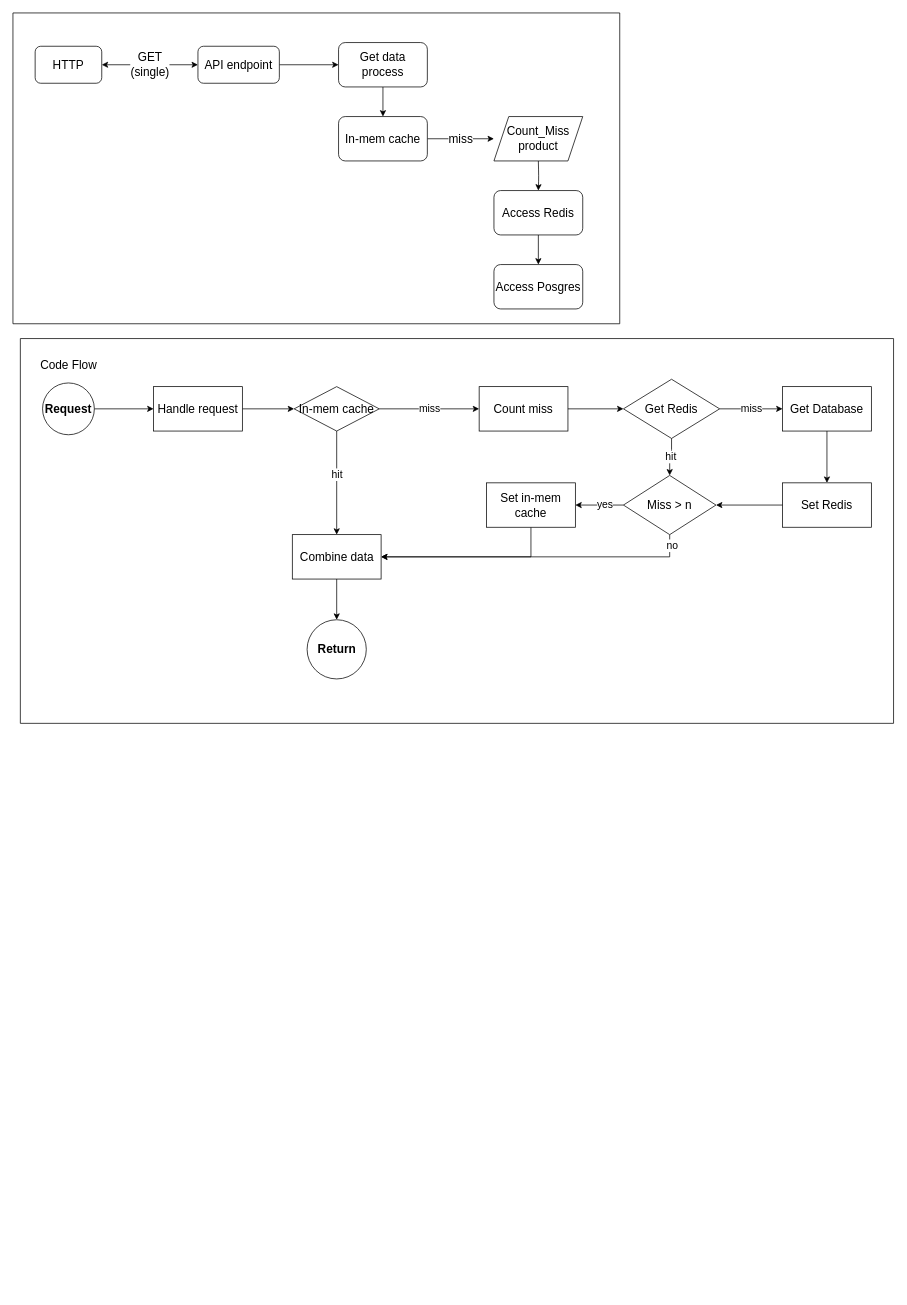
Before: page "get single product" (2 of 11) of architecture-ecommerce.drawio in shifuvn/diagram, a draw.io diagram. Source tidied: cells renumbered, new cells numbered last; positions are measured from the earlier drawing's top-left corner, leaving out a move shared by most shapes. Both pictures are drawn from the tidied source at 74%, with x=0, y=0 at pixel (13, 13). Pictures stored in the file or linked from it are replaced by grey dashed boxes.
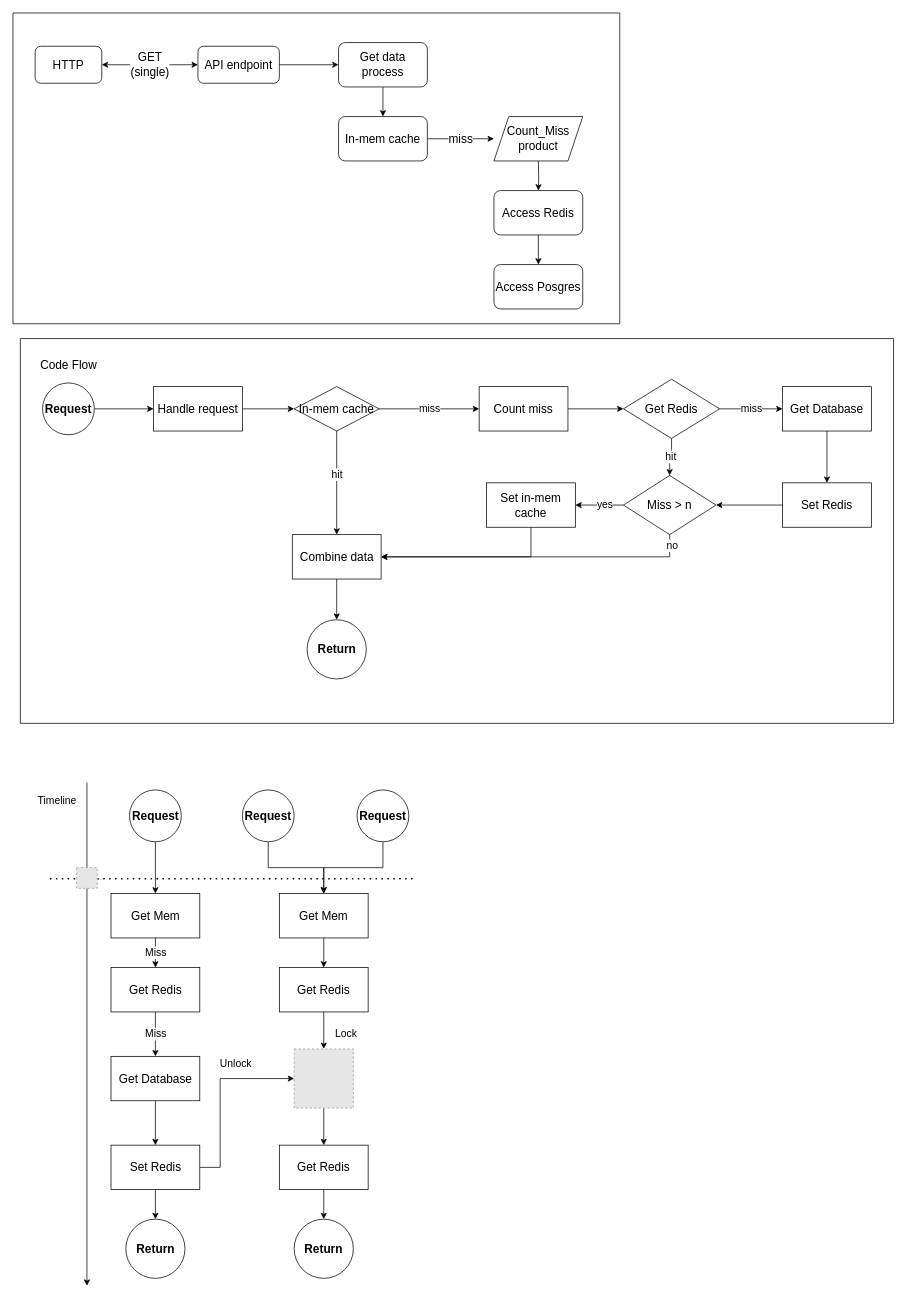
The same page after the edit.

What changed in the source:
```diff
@@
+    <mxCell id="42" style="edgeStyle=orthogonalEdgeStyle;rounded=0;jettySize=auto;html=1;" parent="1" edge="1" source="43" target="49">
+      <mxGeometry relative="1" as="geometry" />
+    </mxCell>
+    <mxCell id="43" value="&lt;b&gt;Request&lt;/b&gt;" style="ellipse;whiteSpace=wrap;html=1;fontSize=16;" parent="1" vertex="1">
+      <mxGeometry x="157.5" y="1050" width="70" height="70" as="geometry" />
+    </mxCell>
+    <mxCell id="44" style="edgeStyle=orthogonalEdgeStyle;rounded=0;jettySize=auto;html=1;entryX=0.5;entryY=0;entryDx=0;entryDy=0;fontSize=14;" parent="1" edge="1" source="45" target="60">
+      <mxGeometry relative="1" as="geometry" />
+    </mxCell>
+    <mxCell id="45" value="&lt;b&gt;Request&lt;/b&gt;" style="ellipse;whiteSpace=wrap;html=1;fontSize=16;" parent="1" vertex="1">
+      <mxGeometry x="310" y="1050" width="70" height="70" as="geometry" />
+    </mxCell>
+    <mxCell id="46" style="edgeStyle=orthogonalEdgeStyle;rounded=0;jettySize=auto;html=1;entryX=0.5;entryY=0;entryDx=0;entryDy=0;fontSize=14;" parent="1" edge="1" source="47" target="60">
+      <mxGeometry relative="1" as="geometry" />
+    </mxCell>
+    <mxCell id="47" value="&lt;b&gt;Request&lt;/b&gt;" style="ellipse;whiteSpace=wrap;html=1;fontSize=16;" parent="1" vertex="1">
+      <mxGeometry x="465" y="1050" width="70" height="70" as="geometry" />
+    </mxCell>
+    <mxCell id="48" value="Miss" style="edgeStyle=orthogonalEdgeStyle;rounded=0;jettySize=auto;html=1;fontSize=14;" parent="1" edge="1" source="49" target="51">
+      <mxGeometry relative="1" as="geometry" />
+    </mxCell>
+    <mxCell id="49" value="Get Mem" style="rounded=0;whiteSpace=wrap;html=1;fontSize=16;" parent="1" vertex="1">
+      <mxGeometry x="132.5" y="1190" width="120" height="60" as="geometry" />
+    </mxCell>
+    <mxCell id="50" value="Miss" style="edgeStyle=orthogonalEdgeStyle;rounded=0;jettySize=auto;html=1;fontSize=14;" parent="1" edge="1" source="51" target="53">
+      <mxGeometry relative="1" as="geometry" />
+    </mxCell>
+    <mxCell id="51" value="Get Redis" style="rounded=0;whiteSpace=wrap;html=1;fontSize=16;" parent="1" vertex="1">
+      <mxGeometry x="132.5" y="1290" width="120" height="60" as="geometry" />
+    </mxCell>
+    <mxCell id="52" style="edgeStyle=orthogonalEdgeStyle;rounded=0;jettySize=auto;html=1;" parent="1" edge="1" source="53" target="56">
+      <mxGeometry relative="1" as="geometry" />
+    </mxCell>
+    <mxCell id="53" value="Get Database" style="rounded=0;whiteSpace=wrap;html=1;fontSize=16;" parent="1" vertex="1">
+      <mxGeometry x="132.5" y="1410" width="120" height="60" as="geometry" />
+    </mxCell>
+    <mxCell id="54" value="Unlock" style="edgeStyle=orthogonalEdgeStyle;rounded=0;jettySize=auto;html=1;entryX=0;entryY=0.5;entryDx=0;entryDy=0;fontSize=14;" parent="1" edge="1" source="56" target="58">
+      <mxGeometry x="0.35" y="20" relative="1" as="geometry">
+        <Array as="points">
+          <mxPoint x="280" y="1560" />
+          <mxPoint x="280" y="1440" />
+        </Array>
+        <mxPoint x="1" as="offset" />
+      </mxGeometry>
+    </mxCell>
+    <mxCell id="55" style="edgeStyle=orthogonalEdgeStyle;rounded=0;jettySize=auto;html=1;fontSize=14;" parent="1" edge="1" source="56" target="61">
+      <mxGeometry relative="1" as="geometry" />
+    </mxCell>
+    <mxCell id="56" value="Set Redis" style="rounded=0;whiteSpace=wrap;html=1;fontSize=16;" parent="1" vertex="1">
+      <mxGeometry x="132.5" y="1530" width="120" height="60" as="geometry" />
+    </mxCell>
+    <mxCell id="57" style="edgeStyle=orthogonalEdgeStyle;rounded=0;jettySize=auto;html=1;fontSize=14;" parent="1" edge="1" source="58" target="65">
+      <mxGeometry relative="1" as="geometry" />
+    </mxCell>
+    <mxCell id="58" style="fillColor=#E6E6E6;strokeColor=#999999;dashed=1;html=1;verticalAlign=top;verticalLabelPosition=bottom;labelBackgroundColor=#ffffff;" parent="1" vertex="1">
+      <mxGeometry x="380" y="1400" width="80" height="80" as="geometry" />
+    </mxCell>
+    <mxCell id="59" style="edgeStyle=orthogonalEdgeStyle;rounded=0;jettySize=auto;html=1;" parent="1" edge="1" source="60" target="63">
+      <mxGeometry relative="1" as="geometry" />
+    </mxCell>
+    <mxCell id="60" value="Get Mem" style="rounded=0;whiteSpace=wrap;html=1;fontSize=16;" parent="1" vertex="1">
+      <mxGeometry x="360" y="1190" width="120" height="60" as="geometry" />
+    </mxCell>
+    <mxCell id="61" value="&lt;b&gt;Return&lt;/b&gt;" style="ellipse;whiteSpace=wrap;html=1;fontSize=16;" parent="1" vertex="1">
+      <mxGeometry x="152.5" y="1630" width="80" height="80" as="geometry" />
+    </mxCell>
+    <mxCell id="62" value="Lock" style="edgeStyle=orthogonalEdgeStyle;rounded=0;jettySize=auto;html=1;fontSize=14;" parent="1" edge="1" source="63" target="58">
+      <mxGeometry x="0.2" y="30" relative="1" as="geometry" />
+    </mxCell>
+    <mxCell id="63" value="Get Redis" style="rounded=0;whiteSpace=wrap;html=1;fontSize=16;" parent="1" vertex="1">
+      <mxGeometry x="360" y="1290" width="120" height="60" as="geometry" />
+    </mxCell>
+    <mxCell id="64" style="edgeStyle=orthogonalEdgeStyle;rounded=0;jettySize=auto;html=1;fontSize=14;" parent="1" edge="1" source="65" target="66">
+      <mxGeometry relative="1" as="geometry" />
+    </mxCell>
+    <mxCell id="65" value="Get Redis" style="rounded=0;whiteSpace=wrap;html=1;fontSize=16;" parent="1" vertex="1">
+      <mxGeometry x="360" y="1530" width="120" height="60" as="geometry" />
+    </mxCell>
+    <mxCell id="66" value="&lt;b&gt;Return&lt;/b&gt;" style="ellipse;whiteSpace=wrap;html=1;fontSize=16;" parent="1" vertex="1">
+      <mxGeometry x="380" y="1630" width="80" height="80" as="geometry" />
+    </mxCell>
+    <mxCell id="67" style="endArrow=classic;html=1;rounded=0;fontSize=14;" parent="1" edge="1">
+      <mxGeometry relative="1" as="geometry">
+        <mxPoint x="100" y="1040" as="sourcePoint" />
+        <mxPoint x="100" y="1720" as="targetPoint" />
+      </mxGeometry>
+    </mxCell>
+    <mxCell id="68" value="Timeline" style="text;html=1;strokeColor=none;fillColor=none;align=center;verticalAlign=middle;whiteSpace=wrap;rounded=0;fontSize=14;" parent="1" vertex="1">
+      <mxGeometry x="30" y="1050" width="60" height="30" as="geometry" />
+    </mxCell>
+    <mxCell id="69" style="endArrow=none;dashed=1;html=1;dashPattern=1 3;strokeWidth=2;rounded=0;fontSize=14;startArrow=none;" parent="1" edge="1">
+      <mxGeometry relative="1" as="geometry">
+        <mxPoint x="50" y="1170" as="sourcePoint" />
+        <mxPoint x="540" y="1170" as="targetPoint" />
+      </mxGeometry>
+    </mxCell>
+    <mxCell id="70" style="fillColor=#E6E6E6;strokeColor=#999999;dashed=1;html=1;verticalAlign=top;verticalLabelPosition=bottom;labelBackgroundColor=#ffffff;fontSize=14;" parent="1" vertex="1">
+      <mxGeometry x="86" y="1155" width="28" height="28" as="geometry" />
+    </mxCell>
```
